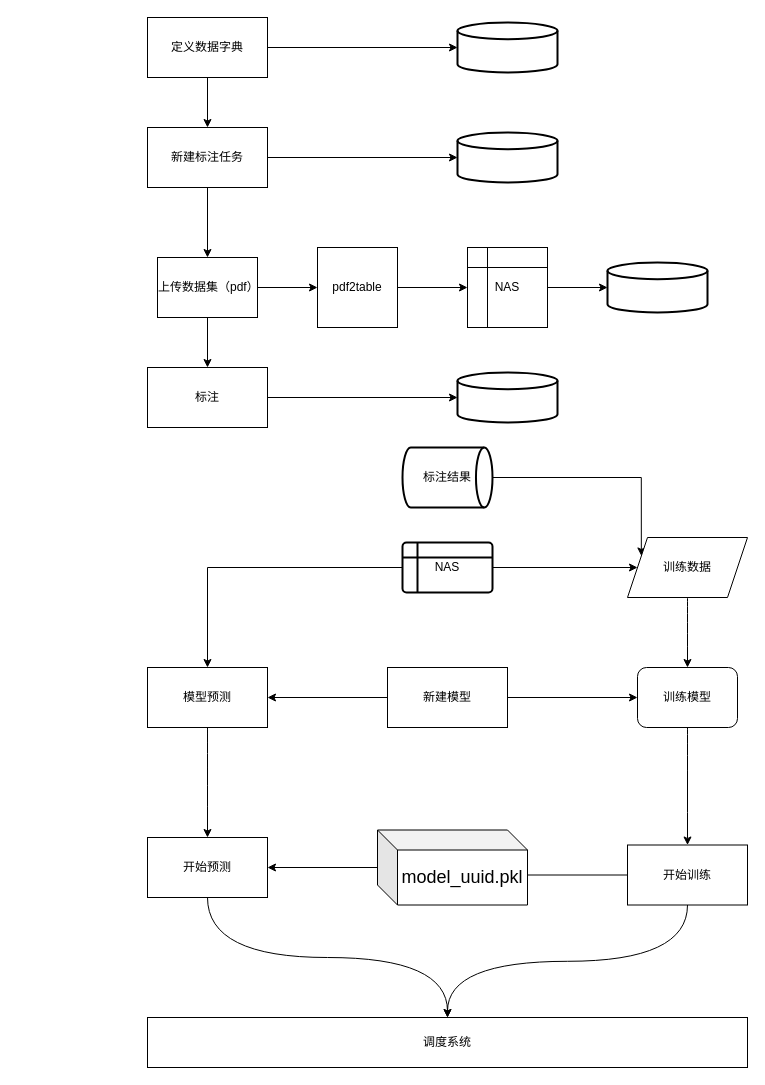
Before: Untitled Diagram.drawio in champion-yang/admin-server, a draw.io diagram. Source tidied: cells renumbered, new cells numbered last; positions are measured from the earlier drawing's top-left corner, leaving out a move shared by most shapes. Both pictures are drawn from the tidied source at 100%, with x=0, y=0 at pixel (147, 17).
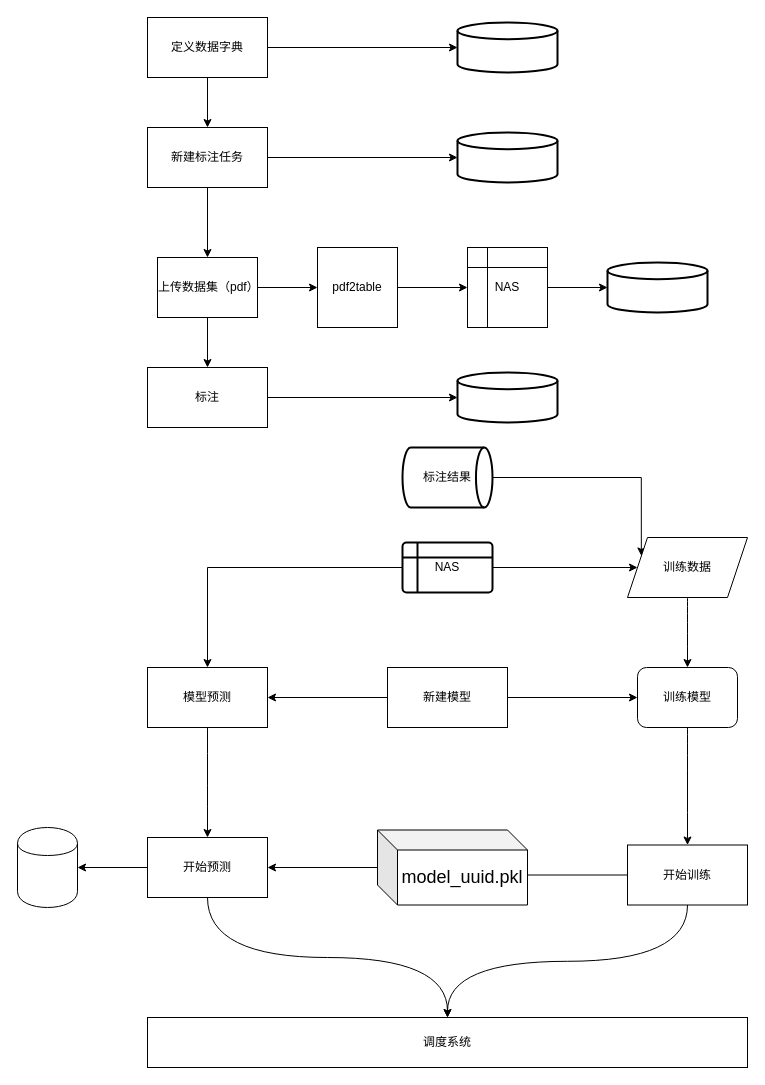
The same diagram, later.

The change refers to these unchanged cells:
```xml
<mxCell id="42" value="开始预测" style="rounded=0;whiteSpace=wrap;html=1;" parent="1" vertex="1">
  <mxGeometry y="820" width="120" height="60" as="geometry" />
</mxCell>
```

Change to the diagram source:
```diff
@@
+    <mxCell id="43" style="edgeStyle=orthogonalEdgeStyle;rounded=0;jettySize=auto;html=1;fontSize=18;" parent="1" edge="1" source="42" target="44">
+      <mxGeometry relative="1" as="geometry" />
+    </mxCell>
@@
+    <mxCell id="44" style="shape=cylinder;whiteSpace=wrap;html=1;boundedLbl=1;backgroundOutline=1;rounded=0;" parent="1" vertex="1">
+      <mxGeometry x="-130" y="810" width="60" height="80" as="geometry" />
+    </mxCell>
```
